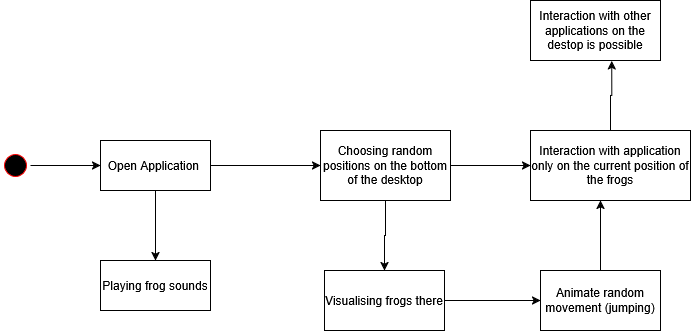
Before: docs/Behavior_AnimateFrog.png, a diagram exported from draw.io (RyhoBtw/FrogIT). Source tidied: cells renumbered, new cells last; positions are measured from the earlier drawing's top-left corner, leaving out a move shared by most shapes. The source it was exported from:
```xml
<mxGraphModel>
  <root>
    <mxCell id="0" />
    <mxCell id="1" parent="0" />
    <mxCell id="2" style="edgeStyle=orthogonalEdgeStyle;rounded=0;jettySize=auto;html=1;entryX=0;entryY=0.5;entryDx=0;entryDy=0;" parent="1" edge="1" source="4" target="9">
      <mxGeometry relative="1" as="geometry" />
    </mxCell>
    <mxCell id="3" style="edgeStyle=orthogonalEdgeStyle;rounded=0;jettySize=auto;html=1;entryX=0.5;entryY=0;entryDx=0;entryDy=0;" parent="1" edge="1" source="4" target="15">
      <mxGeometry relative="1" as="geometry" />
    </mxCell>
    <mxCell id="4" value="Open Application&amp;nbsp;" style="html=1;whiteSpace=wrap;" parent="1" vertex="1">
      <mxGeometry x="100" y="140" width="110" height="50" as="geometry" />
    </mxCell>
    <mxCell id="5" style="edgeStyle=orthogonalEdgeStyle;rounded=0;jettySize=auto;html=1;entryX=0;entryY=0.5;entryDx=0;entryDy=0;" parent="1" edge="1" source="6" target="4">
      <mxGeometry relative="1" as="geometry" />
    </mxCell>
    <mxCell id="6" style="ellipse;html=1;shape=startState;fillColor=#000000;strokeColor=#ff0000;" parent="1" vertex="1">
      <mxGeometry y="150" width="30" height="30" as="geometry" />
    </mxCell>
    <mxCell id="7" style="edgeStyle=orthogonalEdgeStyle;rounded=0;jettySize=auto;html=1;entryX=0.5;entryY=0;entryDx=0;entryDy=0;" parent="1" edge="1" source="9" target="11">
      <mxGeometry relative="1" as="geometry" />
    </mxCell>
    <mxCell id="8" style="edgeStyle=orthogonalEdgeStyle;rounded=0;jettySize=auto;html=1;entryX=0;entryY=0.5;entryDx=0;entryDy=0;" parent="1" edge="1" source="9" target="14">
      <mxGeometry relative="1" as="geometry" />
    </mxCell>
    <mxCell id="9" value="Choosing random positions on the bottom of the desktop" style="html=1;whiteSpace=wrap;" parent="1" vertex="1">
      <mxGeometry x="320" y="130" width="130" height="70" as="geometry" />
    </mxCell>
    <mxCell id="10" style="edgeStyle=orthogonalEdgeStyle;rounded=0;jettySize=auto;html=1;entryX=0;entryY=0.5;entryDx=0;entryDy=0;" parent="1" edge="1" source="11" target="13">
      <mxGeometry relative="1" as="geometry" />
    </mxCell>
    <mxCell id="11" value="Visualising frogs there" style="html=1;whiteSpace=wrap;" parent="1" vertex="1">
      <mxGeometry x="324" y="270" width="120" height="60" as="geometry" />
    </mxCell>
    <mxCell id="12" style="edgeStyle=orthogonalEdgeStyle;rounded=0;jettySize=auto;html=1;" parent="1" edge="1" source="13" target="14">
      <mxGeometry relative="1" as="geometry">
        <Array as="points">
          <mxPoint x="600" y="240" />
          <mxPoint x="600" y="240" />
        </Array>
      </mxGeometry>
    </mxCell>
    <mxCell id="13" value="Animate random movement (jumping)" style="html=1;whiteSpace=wrap;" parent="1" vertex="1">
      <mxGeometry x="540" y="270" width="120" height="60" as="geometry" />
    </mxCell>
    <mxCell id="14" value="Interaction with application only on the current position of the frogs" style="html=1;whiteSpace=wrap;" parent="1" vertex="1">
      <mxGeometry x="530" y="130" width="160" height="70" as="geometry" />
    </mxCell>
    <mxCell id="15" value="Playing frog sounds" style="html=1;whiteSpace=wrap;" parent="1" vertex="1">
      <mxGeometry x="100" y="260" width="110" height="50" as="geometry" />
    </mxCell>
    <mxCell id="16" value="Interaction with other applications on the destop is possible" style="html=1;whiteSpace=wrap;" parent="1" vertex="1">
      <mxGeometry x="530" width="130" height="60" as="geometry" />
    </mxCell>
    <mxCell id="17" style="edgeStyle=orthogonalEdgeStyle;rounded=0;jettySize=auto;html=1;entryX=0.625;entryY=1.007;entryDx=0;entryDy=0;entryPerimeter=0;" parent="1" edge="1" source="14" target="16">
      <mxGeometry relative="1" as="geometry" />
    </mxCell>
  </root>
</mxGraphModel>
```
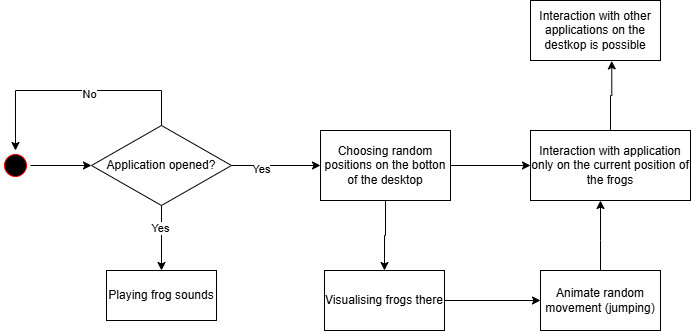
After the commit.

The edit, as a diff of the source:
```diff
@@ -2,30 +2,33 @@
   <root>
     <mxCell id="0" />
     <mxCell id="1" parent="0" />
-    <mxCell id="2" style="edgeStyle=orthogonalEdgeStyle;rounded=0;jettySize=auto;html=1;entryX=0;entryY=0.5;entryDx=0;entryDy=0;" parent="1" edge="1" source="4" target="9">
-      <mxGeometry relative="1" as="geometry" />
-    </mxCell>
-    <mxCell id="3" style="edgeStyle=orthogonalEdgeStyle;rounded=0;jettySize=auto;html=1;entryX=0.5;entryY=0;entryDx=0;entryDy=0;" parent="1" edge="1" source="4" target="15">
-      <mxGeometry relative="1" as="geometry" />
-    </mxCell>
-    <mxCell id="4" value="Open Application&amp;nbsp;" style="html=1;whiteSpace=wrap;" parent="1" vertex="1">
-      <mxGeometry x="100" y="140" width="110" height="50" as="geometry" />
-    </mxCell>
-    <mxCell id="5" style="edgeStyle=orthogonalEdgeStyle;rounded=0;jettySize=auto;html=1;entryX=0;entryY=0.5;entryDx=0;entryDy=0;" parent="1" edge="1" source="6" target="4">
-      <mxGeometry relative="1" as="geometry" />
-    </mxCell>
-    <mxCell id="6" style="ellipse;html=1;shape=startState;fillColor=#000000;strokeColor=#ff0000;" parent="1" vertex="1">
-      <mxGeometry y="150" width="30" height="30" as="geometry" />
-    </mxCell>
-    <mxCell id="7" style="edgeStyle=orthogonalEdgeStyle;rounded=0;jettySize=auto;html=1;entryX=0.5;entryY=0;entryDx=0;entryDy=0;" parent="1" edge="1" source="9" target="11">
-      <mxGeometry relative="1" as="geometry" />
-    </mxCell>
-    <mxCell id="8" style="edgeStyle=orthogonalEdgeStyle;rounded=0;jettySize=auto;html=1;entryX=0;entryY=0.5;entryDx=0;entryDy=0;" parent="1" edge="1" source="9" target="14">
-      <mxGeometry relative="1" as="geometry" />
-    </mxCell>
-    <mxCell id="9" value="Choosing random positions on the bottom of the desktop" style="html=1;whiteSpace=wrap;" parent="1" vertex="1">
-      <mxGeometry x="320" y="130" width="130" height="70" as="geometry" />
-    </mxCell>
+    <mxCell id="18" style="edgeStyle=orthogonalEdgeStyle;rounded=0;jettySize=auto;html=1;entryX=0;entryY=0.5;entryDx=0;entryDy=0;exitX=1;exitY=0.5;exitDx=0;exitDy=0;" parent="1" edge="1" source="29" target="26">
+      <mxGeometry relative="1" as="geometry" />
+    </mxCell>
+    <mxCell id="19" value="Yes" style="edgeLabel;html=1;align=center;verticalAlign=middle;" parent="18" vertex="1">
+      <mxGeometry x="-0.35" y="-3" relative="1" as="geometry" />
+    </mxCell>
+    <mxCell id="20" style="edgeStyle=orthogonalEdgeStyle;rounded=0;jettySize=auto;html=1;entryX=0.5;entryY=0;entryDx=0;entryDy=0;exitX=0.5;exitY=1;exitDx=0;exitDy=0;" parent="1" edge="1" source="29" target="15">
+      <mxGeometry relative="1" as="geometry" />
+    </mxCell>
+    <mxCell id="21" value="Yes" style="edgeLabel;html=1;align=center;verticalAlign=middle;" parent="20" vertex="1">
+      <mxGeometry x="-0.32" y="-2" relative="1" as="geometry" />
+    </mxCell>
+    <mxCell id="22" style="edgeStyle=orthogonalEdgeStyle;rounded=0;jettySize=auto;html=1;entryX=0;entryY=0.5;entryDx=0;entryDy=0;" parent="1" edge="1" source="23" target="29">
+      <mxGeometry relative="1" as="geometry" />
+    </mxCell>
+    <mxCell id="23" style="ellipse;html=1;shape=startState;fillColor=#000000;strokeColor=#ff0000;" parent="1" vertex="1">
+      <mxGeometry y="150" width="30" height="30" as="geometry" />
+    </mxCell>
+    <mxCell id="24" style="edgeStyle=orthogonalEdgeStyle;rounded=0;jettySize=auto;html=1;entryX=0.5;entryY=0;entryDx=0;entryDy=0;" parent="1" edge="1" source="26" target="11">
+      <mxGeometry relative="1" as="geometry" />
+    </mxCell>
+    <mxCell id="25" style="edgeStyle=orthogonalEdgeStyle;rounded=0;jettySize=auto;html=1;entryX=0;entryY=0.5;entryDx=0;entryDy=0;" parent="1" edge="1" source="26" target="14">
+      <mxGeometry relative="1" as="geometry" />
+    </mxCell>
+    <mxCell id="26" value="Choosing random positions on the botton of the desktop" style="html=1;whiteSpace=wrap;" parent="1" vertex="1">
+      <mxGeometry x="320" y="130" width="130" height="70" as="geometry" />
+    </mxCell>
     <mxCell id="10" style="edgeStyle=orthogonalEdgeStyle;rounded=0;jettySize=auto;html=1;entryX=0;entryY=0.5;entryDx=0;entryDy=0;" parent="1" edge="1" source="11" target="13">
       <mxGeometry relative="1" as="geometry" />
     </mxCell>
@@ -47,13 +50,27 @@
       <mxGeometry x="530" y="130" width="160" height="70" as="geometry" />
     </mxCell>
     <mxCell id="15" value="Playing frog sounds" style="html=1;whiteSpace=wrap;" parent="1" vertex="1">
-      <mxGeometry x="100" y="260" width="110" height="50" as="geometry" />
+      <mxGeometry x="106" y="270" width="110" height="50" as="geometry" />
     </mxCell>
-    <mxCell id="16" value="Interaction with other applications on the destop is possible" style="html=1;whiteSpace=wrap;" parent="1" vertex="1">
-      <mxGeometry x="530" width="130" height="60" as="geometry" />
-    </mxCell>
-    <mxCell id="17" style="edgeStyle=orthogonalEdgeStyle;rounded=0;jettySize=auto;html=1;entryX=0.625;entryY=1.007;entryDx=0;entryDy=0;entryPerimeter=0;" parent="1" edge="1" source="14" target="16">
-      <mxGeometry relative="1" as="geometry" />
-    </mxCell>
+    <mxCell id="27" value="Interaction with other applications on the destkop is possible" style="html=1;whiteSpace=wrap;" parent="1" vertex="1">
+      <mxGeometry x="530" width="130" height="60" as="geometry" />
+    </mxCell>
+    <mxCell id="28" style="edgeStyle=orthogonalEdgeStyle;rounded=0;jettySize=auto;html=1;entryX=0.625;entryY=1.007;entryDx=0;entryDy=0;entryPerimeter=0;" parent="1" edge="1" source="14" target="27">
+      <mxGeometry relative="1" as="geometry" />
+    </mxCell>
+    <mxCell id="29" value="Application opened?" style="rhombus;whiteSpace=wrap;html=1;" parent="1" vertex="1">
+      <mxGeometry x="91" y="125" width="140" height="80" as="geometry" />
+    </mxCell>
+    <mxCell id="30" style="endArrow=classic;html=1;rounded=0;exitX=0.5;exitY=0;exitDx=0;exitDy=0;entryX=0.5;entryY=0;entryDx=0;entryDy=0;" parent="1" edge="1" source="29" target="23">
+      <mxGeometry relative="1" as="geometry">
+        <Array as="points">
+          <mxPoint x="161" y="90" />
+          <mxPoint x="15" y="90" />
+        </Array>
+      </mxGeometry>
+    </mxCell>
+    <mxCell id="31" value="No" style="edgeLabel;html=1;align=center;verticalAlign=middle;" parent="30" vertex="1">
+      <mxGeometry x="-0.1" y="3" relative="1" as="geometry" />
+    </mxCell>
   </root>
 </mxGraphModel>
```
